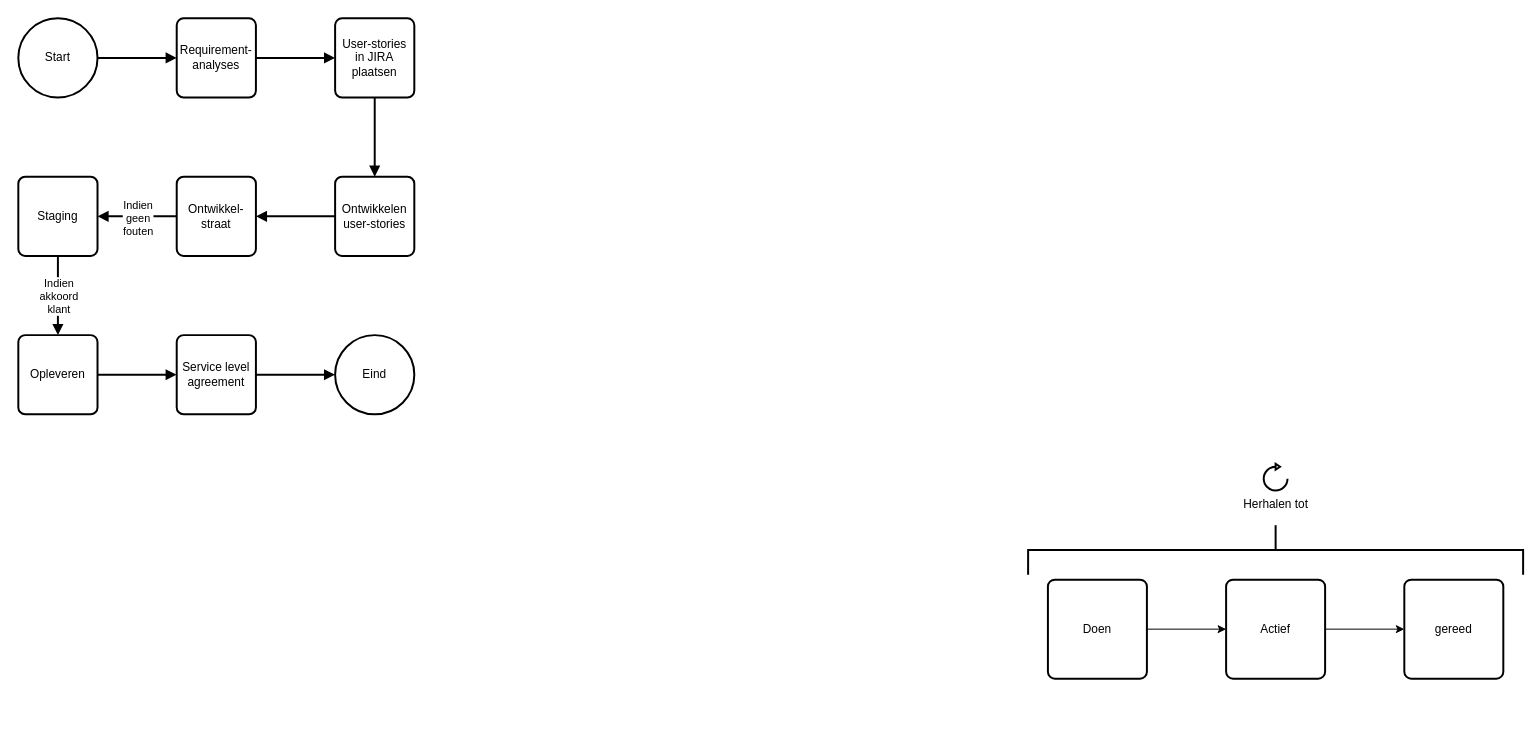
Before: page "Bedrijfsprocess" (5 of 13) of cli app.drawio in luukvankooten/draw.io, a draw.io diagram. Source tidied: cells renumbered, new cells numbered last; positions are measured from the earlier drawing's top-left corner, leaving out a move shared by most shapes. Both pictures are drawn from the tidied source at 99%, with x=0, y=0 at pixel (18, 18).
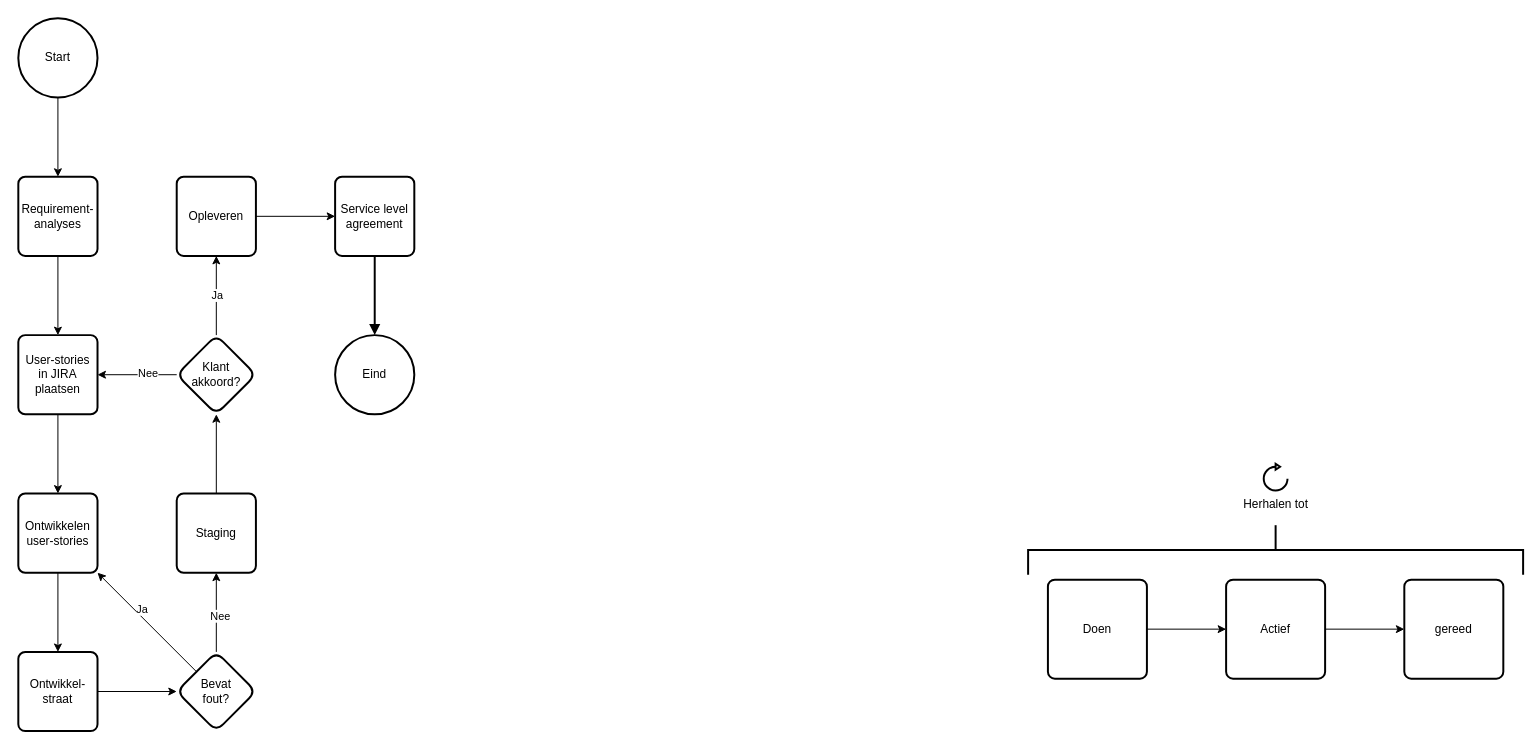
After the change.

The change refers to these unchanged cells:
```xml
<mxCell id="3" value="&lt;div&gt;Start&lt;br&gt;&lt;/div&gt;" style="strokeWidth=2;html=1;shape=mxgraph.flowchart.start_2;whiteSpace=wrap;" parent="1" vertex="1">
  <mxGeometry width="80" height="80" as="geometry" />
</mxCell>
```

Diff of the diagram source:
```diff
@@
-    <mxCell id="2" style="edgeStyle=orthogonalEdgeStyle;rounded=0;jettySize=auto;html=1;entryX=0;entryY=0.5;entryDx=0;entryDy=0;strokeWidth=2;endArrow=block;endFill=1;" parent="1" edge="1" source="3" target="5">
+    <mxCell id="2" style="edgeStyle=orthogonalEdgeStyle;rounded=0;jettySize=auto;html=1;" parent="1" edge="1" source="3" target="5">
       <mxGeometry relative="1" as="geometry" />
     </mxCell>
@@
-    <mxCell id="4" style="edgeStyle=orthogonalEdgeStyle;rounded=0;jettySize=auto;html=1;entryX=0;entryY=0.5;entryDx=0;entryDy=0;strokeWidth=2;endArrow=block;endFill=1;" parent="1" edge="1" source="5" target="22">
+    <mxCell id="4" style="edgeStyle=orthogonalEdgeStyle;rounded=0;jettySize=auto;html=1;" parent="1" edge="1" source="5" target="22">
       <mxGeometry relative="1" as="geometry" />
     </mxCell>
     <mxCell id="5" value="&lt;div&gt;Requirement-&lt;/div&gt;&lt;div&gt;analyses&lt;br&gt;&lt;/div&gt;" style="rounded=1;whiteSpace=wrap;html=1;absoluteArcSize=1;arcSize=14;strokeWidth=2;" parent="1" vertex="1">
-      <mxGeometry x="160" width="80" height="80" as="geometry" />
+      <mxGeometry y="160" width="80" height="80" as="geometry" />
     </mxCell>
-    <mxCell id="6" style="edgeStyle=orthogonalEdgeStyle;rounded=0;jettySize=auto;html=1;entryX=1;entryY=0.5;entryDx=0;entryDy=0;strokeWidth=2;endArrow=block;endFill=1;" parent="1" edge="1" source="7" target="25">
+    <mxCell id="6" style="edgeStyle=orthogonalEdgeStyle;rounded=0;jettySize=auto;html=1;" parent="1" edge="1" source="7" target="25">
       <mxGeometry relative="1" as="geometry" />
     </mxCell>
     <mxCell id="7" value="&lt;div&gt;Ontwikkelen&lt;/div&gt;&lt;div&gt;user-stories&lt;br&gt;&lt;/div&gt;" style="rounded=1;whiteSpace=wrap;html=1;absoluteArcSize=1;arcSize=14;strokeWidth=2;" parent="1" vertex="1">
-      <mxGeometry x="320" y="160" width="80" height="80" as="geometry" />
+      <mxGeometry y="480" width="80" height="80" as="geometry" />
     </mxCell>
@@
-    <mxCell id="17" style="edgeStyle=orthogonalEdgeStyle;rounded=0;jettySize=auto;html=1;entryX=0;entryY=0.5;entryDx=0;entryDy=0;strokeWidth=2;endArrow=block;endFill=1;" parent="1" edge="1" source="18" target="20">
+    <mxCell id="17" style="edgeStyle=orthogonalEdgeStyle;rounded=0;jettySize=auto;html=1;entryX=0;entryY=0.5;entryDx=0;entryDy=0;" parent="1" edge="1" source="18" target="20">
       <mxGeometry relative="1" as="geometry" />
     </mxCell>
     <mxCell id="18" value="Opleveren" style="rounded=1;whiteSpace=wrap;html=1;absoluteArcSize=1;arcSize=14;strokeWidth=2;" parent="1" vertex="1">
-      <mxGeometry y="320" width="80" height="80" as="geometry" />
+      <mxGeometry x="160" y="160" width="80" height="80" as="geometry" />
     </mxCell>
@@
     <mxCell id="20" value="&lt;div&gt;Service level&lt;/div&gt;&lt;div&gt;agreement&lt;br&gt;&lt;/div&gt;" style="rounded=1;whiteSpace=wrap;html=1;absoluteArcSize=1;arcSize=14;strokeWidth=2;" parent="1" vertex="1">
-      <mxGeometry x="160" y="320" width="80" height="80" as="geometry" />
+      <mxGeometry x="320" y="160" width="80" height="80" as="geometry" />
     </mxCell>
-    <mxCell id="21" style="edgeStyle=orthogonalEdgeStyle;rounded=0;jettySize=auto;html=1;entryX=0.5;entryY=0;entryDx=0;entryDy=0;endArrow=block;endFill=1;strokeWidth=2;" parent="1" edge="1" source="22" target="7">
+    <mxCell id="21" style="edgeStyle=orthogonalEdgeStyle;rounded=0;jettySize=auto;html=1;entryX=0.5;entryY=0;entryDx=0;entryDy=0;" parent="1" edge="1" source="22" target="7">
       <mxGeometry relative="1" as="geometry" />
     </mxCell>
     <mxCell id="22" value="&lt;div&gt;User-stories&lt;/div&gt;&lt;div&gt;in JIRA plaatsen&lt;br&gt;&lt;/div&gt;" style="rounded=1;whiteSpace=wrap;html=1;absoluteArcSize=1;arcSize=14;strokeWidth=2;" parent="1" vertex="1">
-      <mxGeometry x="320" width="80" height="80" as="geometry" />
+      <mxGeometry y="320" width="80" height="80" as="geometry" />
     </mxCell>
-    <mxCell id="23" style="edgeStyle=orthogonalEdgeStyle;rounded=0;jettySize=auto;html=1;entryX=1;entryY=0.5;entryDx=0;entryDy=0;strokeWidth=2;endArrow=block;endFill=1;" parent="1" edge="1" source="25" target="29">
-      <mxGeometry relative="1" as="geometry" />
-    </mxCell>
-    <mxCell id="24" value="&lt;div&gt;Indien&lt;/div&gt;&lt;div&gt;geen&lt;/div&gt;&lt;div&gt;fouten&lt;br&gt;&lt;/div&gt;" style="edgeLabel;html=1;align=center;verticalAlign=middle;" parent="23" vertex="1">
-      <mxGeometry x="0.01" y="1" relative="1" as="geometry" />
-    </mxCell>
+    <mxCell id="30" style="edgeStyle=orthogonalEdgeStyle;rounded=0;jettySize=auto;html=1;" parent="1" edge="1" source="25" target="36">
+      <mxGeometry relative="1" as="geometry" />
+    </mxCell>
     <mxCell id="25" value="Ontwikkel-straat" style="rounded=1;whiteSpace=wrap;html=1;absoluteArcSize=1;arcSize=14;strokeWidth=2;" parent="1" vertex="1">
-      <mxGeometry x="160" y="160" width="80" height="80" as="geometry" />
+      <mxGeometry y="640" width="80" height="80" as="geometry" />
     </mxCell>
@@
-    <mxCell id="27" style="edgeStyle=orthogonalEdgeStyle;rounded=0;jettySize=auto;html=1;entryX=0.5;entryY=0;entryDx=0;entryDy=0;strokeWidth=2;endArrow=block;endFill=1;" parent="1" edge="1" source="29" target="18">
-      <mxGeometry relative="1" as="geometry" />
-    </mxCell>
-    <mxCell id="28" value="&lt;div&gt;Indien&lt;/div&gt;&lt;div&gt;akkoord&lt;/div&gt;&lt;div&gt;klant&lt;br&gt;&lt;/div&gt;" style="edgeLabel;html=1;align=center;verticalAlign=middle;" parent="27" vertex="1">
-      <mxGeometry x="-0.01" y="1" relative="1" as="geometry">
-        <mxPoint x="-1" as="offset" />
-      </mxGeometry>
-    </mxCell>
+    <mxCell id="31" style="edgeStyle=orthogonalEdgeStyle;rounded=0;jettySize=auto;html=1;" parent="1" edge="1" source="29" target="41">
+      <mxGeometry relative="1" as="geometry" />
+    </mxCell>
     <mxCell id="29" value="Staging" style="rounded=1;whiteSpace=wrap;html=1;absoluteArcSize=1;arcSize=14;strokeWidth=2;" parent="1" vertex="1">
-      <mxGeometry y="160" width="80" height="80" as="geometry" />
+      <mxGeometry x="160" y="480" width="80" height="80" as="geometry" />
     </mxCell>
+    <mxCell id="32" style="rounded=0;jettySize=auto;html=1;" parent="1" edge="1" source="36" target="7">
+      <mxGeometry relative="1" as="geometry" />
+    </mxCell>
+    <mxCell id="33" value="Ja" style="edgeLabel;html=1;align=center;verticalAlign=middle;" parent="32" vertex="1">
+      <mxGeometry x="0.25" y="5" relative="1" as="geometry">
+        <mxPoint x="10" y="-5" as="offset" />
+      </mxGeometry>
+    </mxCell>
+    <mxCell id="34" style="edgeStyle=orthogonalEdgeStyle;rounded=0;jettySize=auto;html=1;" parent="1" edge="1" source="36" target="29">
+      <mxGeometry relative="1" as="geometry" />
+    </mxCell>
+    <mxCell id="35" value="Nee" style="edgeLabel;html=1;align=center;verticalAlign=middle;" parent="34" vertex="1">
+      <mxGeometry x="-0.07" y="-3" relative="1" as="geometry" />
+    </mxCell>
+    <mxCell id="36" value="&lt;div&gt;Bevat&lt;/div&gt;&lt;div&gt;fout?&lt;/div&gt;" style="rhombus;whiteSpace=wrap;html=1;strokeWidth=2;rounded=1;" parent="1" vertex="1">
+      <mxGeometry x="160" y="640" width="80" height="80" as="geometry" />
+    </mxCell>
+    <mxCell id="37" style="edgeStyle=orthogonalEdgeStyle;rounded=0;jettySize=auto;html=1;" parent="1" edge="1" source="41" target="22">
+      <mxGeometry relative="1" as="geometry" />
+    </mxCell>
+    <mxCell id="38" value="Nee" style="edgeLabel;html=1;align=center;verticalAlign=middle;" parent="37" vertex="1">
+      <mxGeometry x="-0.25" y="-2" relative="1" as="geometry" />
+    </mxCell>
+    <mxCell id="39" style="edgeStyle=orthogonalEdgeStyle;rounded=0;jettySize=auto;html=1;entryX=0.5;entryY=1;entryDx=0;entryDy=0;" parent="1" edge="1" source="41" target="18">
+      <mxGeometry relative="1" as="geometry" />
+    </mxCell>
+    <mxCell id="40" value="Ja" style="edgeLabel;html=1;align=center;verticalAlign=middle;" parent="39" vertex="1">
+      <mxGeometry x="0.03" relative="1" as="geometry" />
+    </mxCell>
+    <mxCell id="41" value="&lt;div&gt;Klant&lt;/div&gt;&lt;div&gt;akkoord?&lt;br&gt;&lt;/div&gt;" style="rhombus;whiteSpace=wrap;html=1;strokeWidth=2;rounded=1;" parent="1" vertex="1">
+      <mxGeometry x="160" y="320" width="80" height="80" as="geometry" />
+    </mxCell>
```
